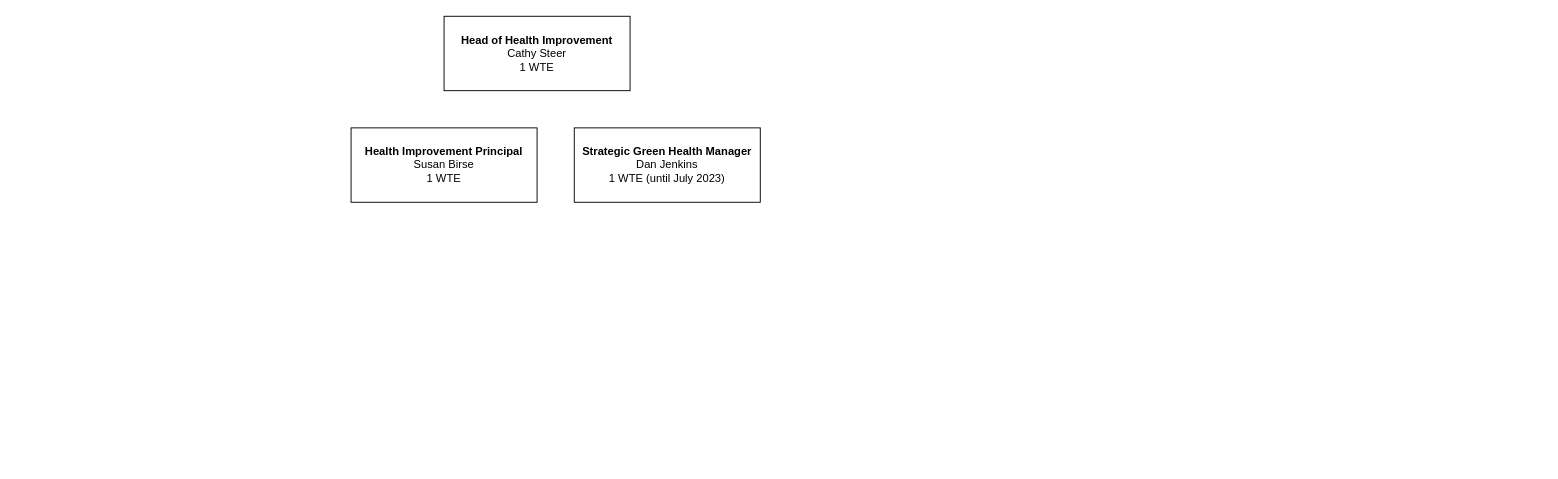
Earlier version of the draw.io diagram Untitled Diagram.drawio (barrycollard/staffOrgChart). Source tidied: cells renumbered, new cells numbered last; positions are measured from the earlier drawing's top-left corner, leaving out a move shared by most shapes. Both pictures are drawn from the tidied source at 93%, with x=0, y=0 at pixel (351, 16).
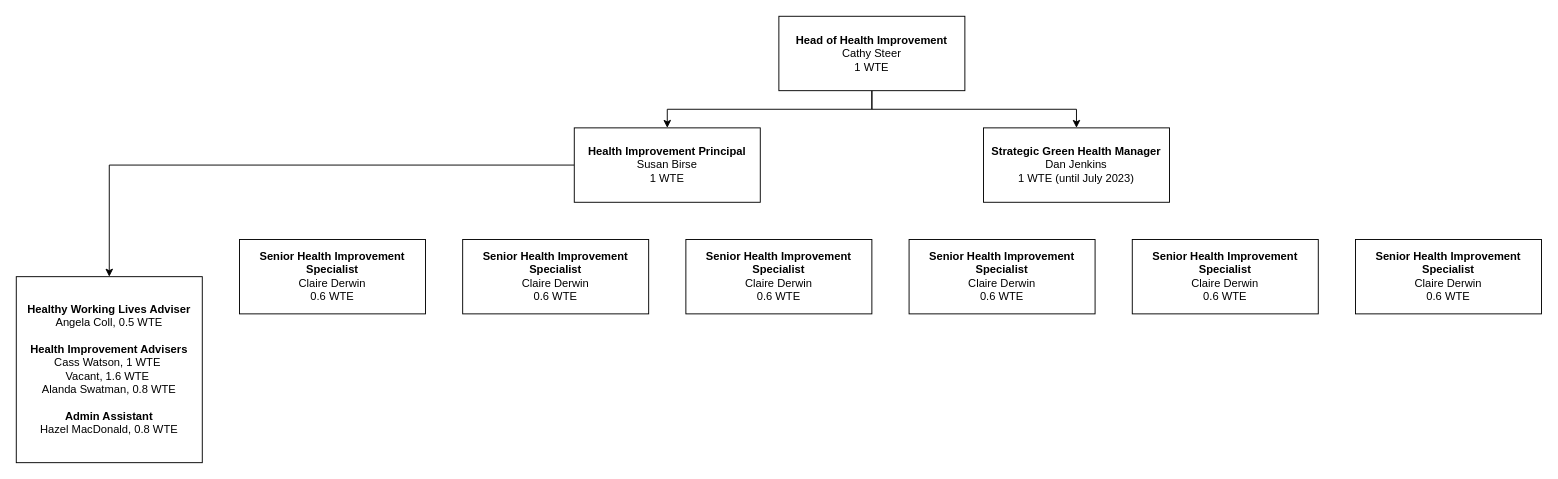
The same diagram, later.

What changed in the source:
```diff
@@
 <mxGraphModel>
   <root>
     <mxCell id="0" />
     <mxCell id="1" parent="0" />
+    <mxCell id="5" style="edgeStyle=orthogonalEdgeStyle;rounded=0;jettySize=auto;html=1;exitX=0.5;exitY=1;exitDx=0;exitDy=0;entryX=0.5;entryY=0;entryDx=0;entryDy=0;" parent="1" edge="1" source="2" target="3">
+      <mxGeometry relative="1" as="geometry" />
+    </mxCell>
+    <mxCell id="6" style="edgeStyle=orthogonalEdgeStyle;rounded=0;jettySize=auto;html=1;exitX=0.5;exitY=1;exitDx=0;exitDy=0;" parent="1" edge="1" source="2" target="4">
+      <mxGeometry relative="1" as="geometry" />
+    </mxCell>
     <mxCell id="2" value="&lt;b&gt;Head of Health Improvement&lt;/b&gt;&lt;br&gt;Cathy Steer&lt;br&gt;1 WTE" style="rounded=0;whiteSpace=wrap;html=1;align=center;" parent="1" vertex="1">
-      <mxGeometry x="100" width="200" height="80" as="geometry" />
+      <mxGeometry x="460" width="200" height="80" as="geometry" />
     </mxCell>
+    <mxCell id="7" style="edgeStyle=orthogonalEdgeStyle;rounded=0;jettySize=auto;html=1;entryX=0.5;entryY=0;entryDx=0;entryDy=0;" parent="1" edge="1" source="3" target="8">
+      <mxGeometry relative="1" as="geometry" />
+    </mxCell>
     <mxCell id="3" value="&lt;b&gt;Health Improvement Principal&lt;br&gt;&lt;/b&gt;Susan Birse&lt;br&gt;1 WTE" style="rounded=0;whiteSpace=wrap;html=1;align=center;" parent="1" vertex="1">
-      <mxGeometry y="120" width="200" height="80" as="geometry" />
+      <mxGeometry x="240" y="120" width="200" height="80" as="geometry" />
     </mxCell>
     <mxCell id="4" value="&lt;b&gt;Strategic Green Health Manager&lt;br&gt;&lt;/b&gt;Dan Jenkins&lt;br&gt;1 WTE (until July 2023)" style="rounded=0;whiteSpace=wrap;html=1;align=center;" parent="1" vertex="1">
-      <mxGeometry x="240" y="120" width="200" height="80" as="geometry" />
+      <mxGeometry x="680" y="120" width="200" height="80" as="geometry" />
     </mxCell>
+    <mxCell id="8" value="&lt;div&gt;&lt;b&gt;Healthy Working Lives Adviser&lt;/b&gt;&lt;/div&gt;&lt;div&gt;Angela Coll, 0.5 WTE&lt;/div&gt;&lt;div&gt;&lt;br&gt;&lt;/div&gt;&lt;div&gt;&lt;b&gt;Health Improvement Advisers&lt;/b&gt;&lt;/div&gt;&lt;div&gt;Cass Watson, 1 WTE&amp;nbsp;&lt;/div&gt;&lt;div&gt;Vacant, 1.6 WTE&amp;nbsp;&lt;/div&gt;&lt;div&gt;Alanda Swatman, 0.8 WTE&lt;/div&gt;&lt;div&gt;&lt;br&gt;&lt;/div&gt;&lt;div&gt;&lt;b&gt;Admin Assistant&lt;/b&gt;&lt;/div&gt;&lt;div&gt;Hazel MacDonald, 0.8 WTE&lt;/div&gt;" style="rounded=0;whiteSpace=wrap;html=1;" parent="1" vertex="1">
+      <mxGeometry x="-360" y="280" width="200" height="200" as="geometry" />
+    </mxCell>
+    <mxCell id="9" value="&lt;div&gt;&lt;b&gt;Senior Health Improvement Specialist&lt;/b&gt;&lt;/div&gt;&lt;div&gt;Claire Derwin&lt;/div&gt;&lt;div&gt;0.6 WTE&lt;/div&gt;" style="rounded=0;whiteSpace=wrap;html=1;" parent="1" vertex="1">
+      <mxGeometry x="-120" y="240" width="200" height="80" as="geometry" />
+    </mxCell>
+    <mxCell id="10" value="&lt;div&gt;&lt;b&gt;Senior Health Improvement Specialist&lt;/b&gt;&lt;/div&gt;&lt;div&gt;Claire Derwin&lt;/div&gt;&lt;div&gt;0.6 WTE&lt;/div&gt;" style="rounded=0;whiteSpace=wrap;html=1;" parent="1" vertex="1">
+      <mxGeometry x="120" y="240" width="200" height="80" as="geometry" />
+    </mxCell>
+    <mxCell id="11" value="&lt;div&gt;&lt;b&gt;Senior Health Improvement Specialist&lt;/b&gt;&lt;/div&gt;&lt;div&gt;Claire Derwin&lt;/div&gt;&lt;div&gt;0.6 WTE&lt;/div&gt;" style="rounded=0;whiteSpace=wrap;html=1;" parent="1" vertex="1">
+      <mxGeometry x="360" y="240" width="200" height="80" as="geometry" />
+    </mxCell>
+    <mxCell id="12" value="&lt;div&gt;&lt;b&gt;Senior Health Improvement Specialist&lt;/b&gt;&lt;/div&gt;&lt;div&gt;Claire Derwin&lt;/div&gt;&lt;div&gt;0.6 WTE&lt;/div&gt;" style="rounded=0;whiteSpace=wrap;html=1;" parent="1" vertex="1">
+      <mxGeometry x="600" y="240" width="200" height="80" as="geometry" />
+    </mxCell>
+    <mxCell id="13" value="&lt;div&gt;&lt;b&gt;Senior Health Improvement Specialist&lt;/b&gt;&lt;/div&gt;&lt;div&gt;Claire Derwin&lt;/div&gt;&lt;div&gt;0.6 WTE&lt;/div&gt;" style="rounded=0;whiteSpace=wrap;html=1;" parent="1" vertex="1">
+      <mxGeometry x="840" y="240" width="200" height="80" as="geometry" />
+    </mxCell>
+    <mxCell id="14" value="&lt;div&gt;&lt;b&gt;Senior Health Improvement Specialist&lt;/b&gt;&lt;/div&gt;&lt;div&gt;Claire Derwin&lt;/div&gt;&lt;div&gt;0.6 WTE&lt;/div&gt;" style="rounded=0;whiteSpace=wrap;html=1;" parent="1" vertex="1">
+      <mxGeometry x="1080" y="240" width="200" height="80" as="geometry" />
+    </mxCell>
   </root>
 </mxGraphModel>
```
